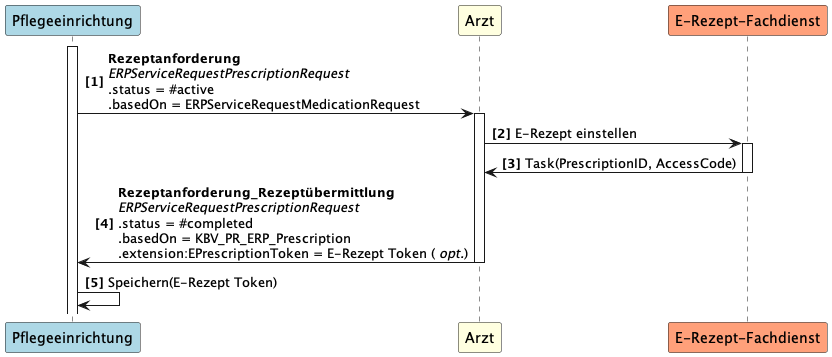
Above: guides/ig-rezeptanforderung/images/puml_images/UC1_1.png in gematik/spec-E-Rezept-ServiceRequest (PlantUML), before the change. Its diagram source:
```plantuml
@startuml UC1_1
autonumber "<b>[0]"
participant Pflegeeinrichtung as PE #LightBlue
participant Arzt as A #LightYellow
participant "E-Rezept-Fachdienst" as FD #LightSalmon

activate PE
PE -> A++: <b>Rezeptanforderung \n<i>ERPServiceRequestPrescriptionRequest \n.status = #active \n.basedOn = ERPServiceRequestMedicationRequest
A -> FD++: E-Rezept einstellen
FD -> A--: Task(PrescriptionID, AccessCode)
A -> PE--: <b>Rezeptanforderung_Rezeptübermittlung\n<i>ERPServiceRequestPrescriptionRequest \n.status = #completed \n.basedOn = KBV_PR_ERP_Prescription \n.extension:EPrescriptionToken = E-Rezept Token ( <i>opt.</i>)
PE -> PE: Speichern(E-Rezept Token)
@enduml
```
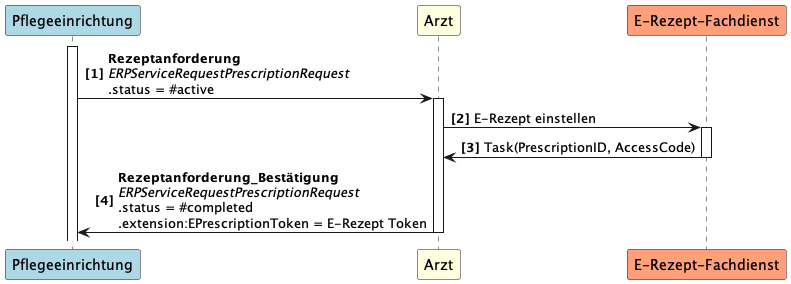
After the commit.

What changed in the source:
```diff
@@ -5,9 +5,8 @@
 participant "E-Rezept-Fachdienst" as FD #LightSalmon
 
 activate PE
-PE -> A++: <b>Rezeptanforderung \n<i>ERPServiceRequestPrescriptionRequest \n.status = #active \n.basedOn = ERPServiceRequestMedicationRequest
+PE -> A++: <b>Rezeptanforderung \n<i>ERPServiceRequestPrescriptionRequest \n.status = #active
 A -> FD++: E-Rezept einstellen
 FD -> A--: Task(PrescriptionID, AccessCode)
-A -> PE--: <b>Rezeptanforderung_Rezeptübermittlung\n<i>ERPServiceRequestPrescriptionRequest \n.status = #completed \n.basedOn = KBV_PR_ERP_Prescription \n.extension:EPrescriptionToken = E-Rezept Token ( <i>opt.</i>)
-PE -> PE: Speichern(E-Rezept Token)
+A -> PE--: <b>Rezeptanforderung_Bestätigung\n<i>ERPServiceRequestPrescriptionRequest \n.status = #completed\n.extension:EPrescriptionToken = E-Rezept Token
 @enduml
```
